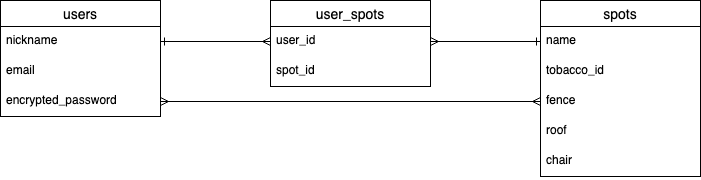
This is smoking_area.drawio.png from Inoue0422/smoking_area, a draw.io export, as it was before one commit. Source tidied: cells renumbered, new cells last; positions are measured from the earlier drawing's top-left corner, leaving out a move shared by most shapes. Its diagram source:
```xml
<mxGraphModel>
  <root>
    <mxCell id="0" />
    <mxCell id="1" parent="0" />
    <mxCell id="2" value="users" style="swimlane;fontStyle=0;horizontal=1;startSize=26;align=center;fontSize=14;" parent="1" vertex="1">
      <mxGeometry width="160" height="116" as="geometry" />
    </mxCell>
    <mxCell id="3" value="nickname" style="text;strokeColor=none;fillColor=none;spacingLeft=4;spacingRight=4;overflow=hidden;points=[[0,0.5],[1,0.5]];portConstraint=eastwest;fontSize=12;" parent="2" vertex="1">
      <mxGeometry y="26" width="160" height="30" as="geometry" />
    </mxCell>
    <mxCell id="4" value="email" style="text;strokeColor=none;fillColor=none;spacingLeft=4;spacingRight=4;overflow=hidden;fontSize=12;" parent="2" vertex="1">
      <mxGeometry y="56" width="160" height="30" as="geometry" />
    </mxCell>
    <mxCell id="5" value="encrypted_password" style="text;strokeColor=none;fillColor=none;spacingLeft=4;spacingRight=4;overflow=hidden;points=[[0,0.5],[1,0.5]];portConstraint=eastwest;fontSize=12;" parent="2" vertex="1">
      <mxGeometry y="86" width="160" height="30" as="geometry" />
    </mxCell>
    <mxCell id="6" value="spots" style="swimlane;fontStyle=0;horizontal=1;startSize=26;align=center;fontSize=14;" parent="1" vertex="1">
      <mxGeometry x="540" width="160" height="176" as="geometry" />
    </mxCell>
    <mxCell id="7" value="name" style="text;strokeColor=none;fillColor=none;spacingLeft=4;spacingRight=4;overflow=hidden;points=[[0,0.5],[1,0.5]];portConstraint=eastwest;fontSize=12;" parent="6" vertex="1">
      <mxGeometry y="26" width="160" height="30" as="geometry" />
    </mxCell>
    <mxCell id="8" value="tobacco_id" style="text;strokeColor=none;fillColor=none;spacingLeft=4;spacingRight=4;overflow=hidden;fontSize=12;" parent="6" vertex="1">
      <mxGeometry y="56" width="160" height="30" as="geometry" />
    </mxCell>
    <mxCell id="9" value="fence" style="text;strokeColor=none;fillColor=none;spacingLeft=4;spacingRight=4;overflow=hidden;points=[[0,0.5],[1,0.5]];portConstraint=eastwest;fontSize=12;" parent="6" vertex="1">
      <mxGeometry y="86" width="160" height="30" as="geometry" />
    </mxCell>
    <mxCell id="10" value="roof" style="text;strokeColor=none;fillColor=none;spacingLeft=4;spacingRight=4;overflow=hidden;fontSize=12;" parent="6" vertex="1">
      <mxGeometry y="116" width="160" height="30" as="geometry" />
    </mxCell>
    <mxCell id="11" value="chair" style="text;strokeColor=none;fillColor=none;spacingLeft=4;spacingRight=4;overflow=hidden;fontSize=12;" parent="6" vertex="1">
      <mxGeometry y="146" width="160" height="30" as="geometry" />
    </mxCell>
    <mxCell id="12" value="user_spots" style="swimlane;fontStyle=0;horizontal=1;startSize=26;align=center;fontSize=14;" parent="1" vertex="1">
      <mxGeometry x="270" width="160" height="86" as="geometry" />
    </mxCell>
    <mxCell id="13" value="user_id " style="text;strokeColor=none;fillColor=none;spacingLeft=4;spacingRight=4;overflow=hidden;points=[[0,0.5],[1,0.5]];portConstraint=eastwest;fontSize=12;" parent="12" vertex="1">
      <mxGeometry y="26" width="160" height="30" as="geometry" />
    </mxCell>
    <mxCell id="14" value="spot_id" style="text;strokeColor=none;fillColor=none;spacingLeft=4;spacingRight=4;overflow=hidden;fontSize=12;" parent="12" vertex="1">
      <mxGeometry y="56" width="160" height="30" as="geometry" />
    </mxCell>
    <mxCell id="15" style="edgeStyle=none;html=1;exitX=1;exitY=0.5;exitDx=0;exitDy=0;entryX=0;entryY=0.5;entryDx=0;entryDy=0;startArrow=ERone;startFill=0;endArrow=ERmany;endFill=0;" parent="1" edge="1" source="3" target="13">
      <mxGeometry relative="1" as="geometry" />
    </mxCell>
    <mxCell id="16" style="edgeStyle=none;html=1;exitX=0;exitY=0.5;exitDx=0;exitDy=0;entryX=1;entryY=0.5;entryDx=0;entryDy=0;startArrow=ERone;startFill=0;endArrow=ERmany;endFill=0;" parent="1" edge="1" source="7" target="13">
      <mxGeometry relative="1" as="geometry" />
    </mxCell>
    <mxCell id="17" style="html=1;entryX=0;entryY=0.5;entryDx=0;entryDy=0;startArrow=ERone;startFill=0;endArrow=ERmany;endFill=0;strokeColor=none;" parent="1" edge="1" target="9">
      <mxGeometry relative="1" as="geometry">
        <mxPoint x="540" y="101" as="sourcePoint" />
      </mxGeometry>
    </mxCell>
    <mxCell id="18" style="edgeStyle=none;html=1;exitX=1;exitY=0.5;exitDx=0;exitDy=0;entryX=0;entryY=0.5;entryDx=0;entryDy=0;startArrow=ERmany;startFill=0;endArrow=ERmany;endFill=0;elbow=vertical;" parent="1" edge="1" source="5" target="9">
      <mxGeometry relative="1" as="geometry" />
    </mxCell>
  </root>
</mxGraphModel>
```
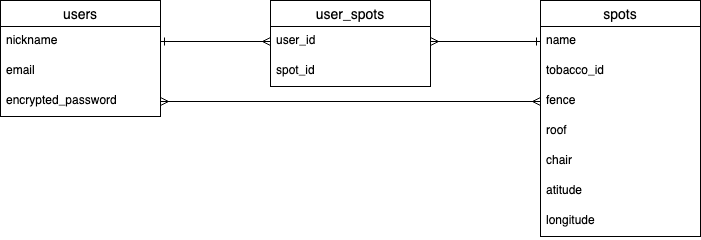
Above is the later version.

Diff of the diagram source:
```diff
@@ -15,7 +15,7 @@
       <mxGeometry y="86" width="160" height="30" as="geometry" />
     </mxCell>
     <mxCell id="6" value="spots" style="swimlane;fontStyle=0;horizontal=1;startSize=26;align=center;fontSize=14;" parent="1" vertex="1">
-      <mxGeometry x="540" width="160" height="176" as="geometry" />
+      <mxGeometry x="540" width="160" height="236" as="geometry" />
     </mxCell>
     <mxCell id="7" value="name" style="text;strokeColor=none;fillColor=none;spacingLeft=4;spacingRight=4;overflow=hidden;points=[[0,0.5],[1,0.5]];portConstraint=eastwest;fontSize=12;" parent="6" vertex="1">
       <mxGeometry y="26" width="160" height="30" as="geometry" />
@@ -32,6 +32,12 @@
     <mxCell id="11" value="chair" style="text;strokeColor=none;fillColor=none;spacingLeft=4;spacingRight=4;overflow=hidden;fontSize=12;" parent="6" vertex="1">
       <mxGeometry y="146" width="160" height="30" as="geometry" />
     </mxCell>
+    <mxCell id="19" value="atitude" style="text;strokeColor=none;fillColor=none;spacingLeft=4;spacingRight=4;overflow=hidden;fontSize=12;" parent="6" vertex="1">
+      <mxGeometry y="176" width="160" height="30" as="geometry" />
+    </mxCell>
+    <mxCell id="20" value="longitude" style="text;strokeColor=none;fillColor=none;spacingLeft=4;spacingRight=4;overflow=hidden;fontSize=12;" parent="6" vertex="1">
+      <mxGeometry y="206" width="160" height="30" as="geometry" />
+    </mxCell>
     <mxCell id="12" value="user_spots" style="swimlane;fontStyle=0;horizontal=1;startSize=26;align=center;fontSize=14;" parent="1" vertex="1">
       <mxGeometry x="270" width="160" height="86" as="geometry" />
     </mxCell>
```
